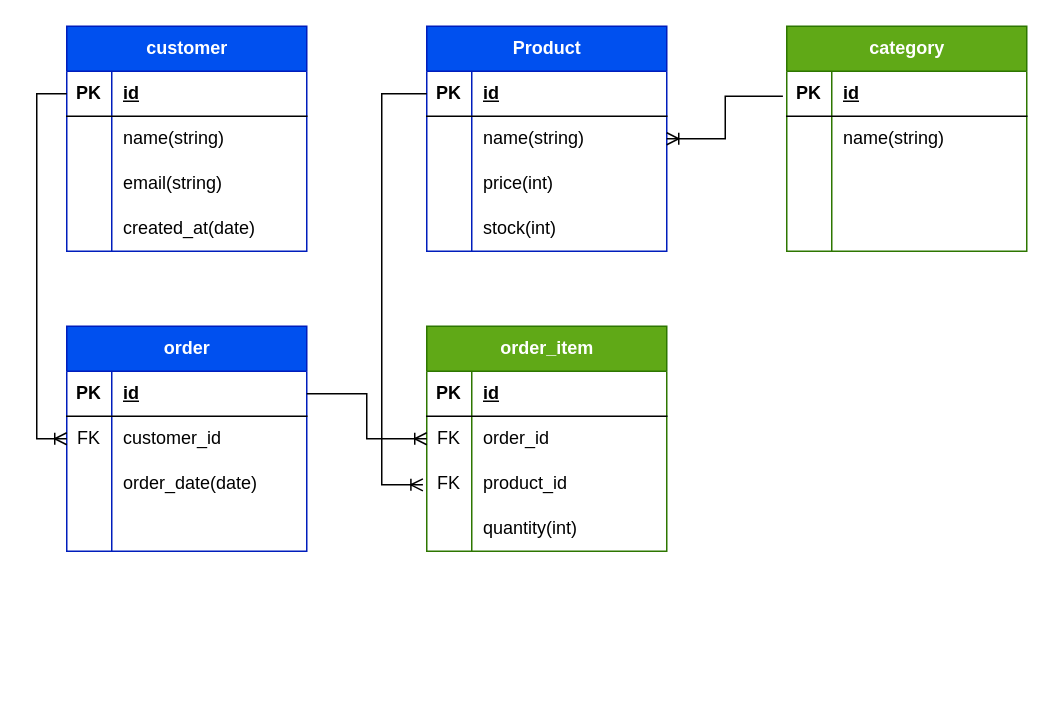
This is course 2/week6/assignment1/prisma assignment 1.drawio from ViktorOlausson/SundsgardenYH, a draw.io file, before an edit. Source tidied: cells renumbered, new cells numbered last; positions are measured from the earlier drawing's top-left corner, leaving out a move shared by most shapes. Both pictures are drawn from the tidied source at 150%, with x=0, y=0 at pixel (36, 26).
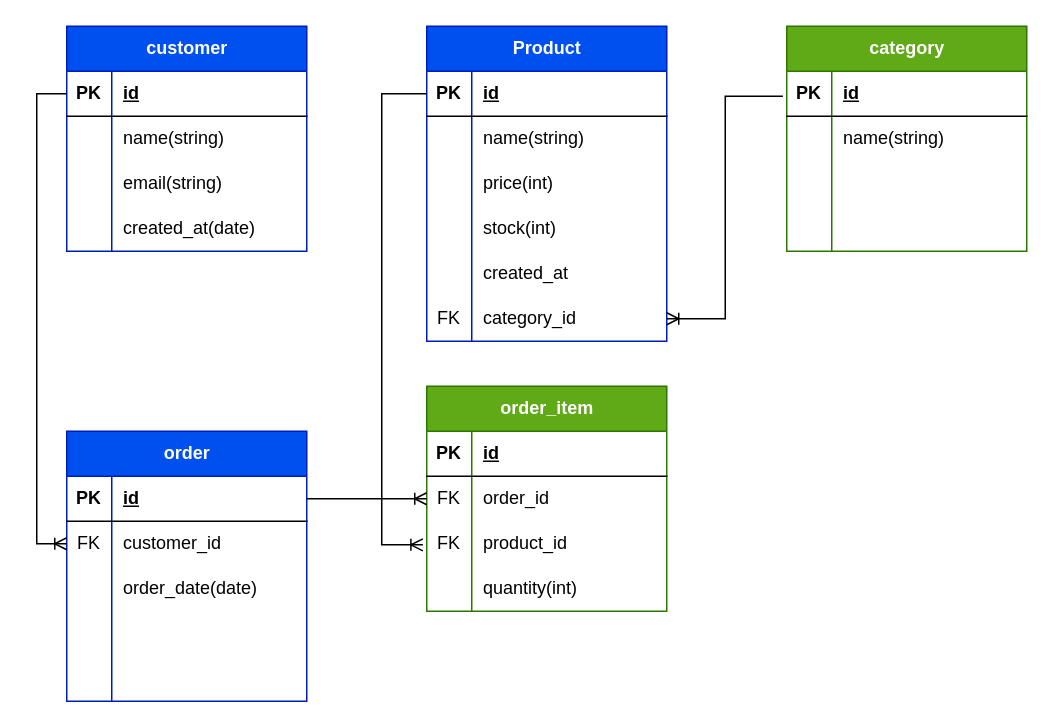
The same page after the edit.

Unchanged cells that the change refers to:
```xml
<mxCell id="29" style="shape=tableRow;horizontal=0;startSize=0;swimlaneHead=0;swimlaneBody=0;fillColor=none;points=[[0,0.5],[1,0.5]];portConstraint=eastwest;top=0;left=0;right=0;bottom=1;" parent="28" vertex="1">
  <mxGeometry y="30" width="160" height="30" as="geometry" />
</mxCell>
```

The edit, as a diff of the source:
```diff
@@
     <mxCell id="15" value="Product" style="shape=table;startSize=30;childLayout=tableLayout;rowLines=0;fontStyle=1;align=center;html=1;fillColor=#0050ef;fontColor=#ffffff;strokeColor=#001DBC;" parent="1" vertex="1">
-      <mxGeometry x="260" width="160" height="150" as="geometry" />
+      <mxGeometry x="260" width="160" height="210" as="geometry" />
     </mxCell>
@@
+    <mxCell id="71" style="shape=tableRow;horizontal=0;startSize=0;swimlaneHead=0;swimlaneBody=0;fillColor=none;top=0;left=0;right=0;bottom=0;" parent="15" vertex="1">
+      <mxGeometry y="150" width="160" height="30" as="geometry" />
+    </mxCell>
+    <mxCell id="72" style="shape=partialRectangle;fillColor=none;top=0;left=0;bottom=0;right=0;overflow=hidden;whiteSpace=wrap;html=1;" parent="71" vertex="1">
+      <mxGeometry width="30" height="30" as="geometry" />
+    </mxCell>
+    <mxCell id="73" value="created_at" style="shape=partialRectangle;fillColor=none;top=0;left=0;bottom=0;right=0;align=left;spacingLeft=6;overflow=hidden;whiteSpace=wrap;html=1;" parent="71" vertex="1">
+      <mxGeometry x="30" width="130" height="30" as="geometry" />
+    </mxCell>
+    <mxCell id="74" style="shape=tableRow;horizontal=0;startSize=0;swimlaneHead=0;swimlaneBody=0;fillColor=none;points=[[0,0.5],[1,0.5]];portConstraint=eastwest;top=0;left=0;right=0;bottom=0;" parent="15" vertex="1">
+      <mxGeometry y="180" width="160" height="30" as="geometry" />
+    </mxCell>
+    <mxCell id="75" value="FK" style="shape=partialRectangle;fillColor=none;top=0;left=0;bottom=0;right=0;overflow=hidden;whiteSpace=wrap;html=1;" parent="74" vertex="1">
+      <mxGeometry width="30" height="30" as="geometry" />
+    </mxCell>
+    <mxCell id="76" value="category_id" style="shape=partialRectangle;fillColor=none;top=0;left=0;bottom=0;right=0;align=left;spacingLeft=6;overflow=hidden;whiteSpace=wrap;html=1;" parent="74" vertex="1">
+      <mxGeometry x="30" width="130" height="30" as="geometry" />
+    </mxCell>
@@
     <mxCell id="41" value="order" style="shape=table;startSize=30;childLayout=tableLayout;rowLines=0;fontStyle=1;align=center;html=1;fillColor=#0050ef;fontColor=#ffffff;strokeColor=#001DBC;" parent="1" vertex="1">
-      <mxGeometry x="20" y="200" width="160" height="150" as="geometry" />
+      <mxGeometry x="20" y="270" width="160" height="180" as="geometry" />
     </mxCell>
@@
+    <mxCell id="77" style="shape=tableRow;horizontal=0;startSize=0;swimlaneHead=0;swimlaneBody=0;fillColor=none;top=0;left=0;right=0;bottom=0;" parent="41" vertex="1">
+      <mxGeometry y="150" width="160" height="30" as="geometry" />
+    </mxCell>
+    <mxCell id="78" style="shape=partialRectangle;fillColor=none;top=0;left=0;bottom=0;right=0;overflow=hidden;whiteSpace=wrap;html=1;" parent="77" vertex="1">
+      <mxGeometry width="30" height="30" as="geometry" />
+    </mxCell>
+    <mxCell id="79" style="shape=partialRectangle;fillColor=none;top=0;left=0;bottom=0;right=0;align=left;spacingLeft=6;overflow=hidden;whiteSpace=wrap;html=1;" parent="77" vertex="1">
+      <mxGeometry x="30" width="130" height="30" as="geometry" />
+    </mxCell>
     <mxCell id="54" value="order_item" style="shape=table;startSize=30;childLayout=tableLayout;rowLines=0;fontStyle=1;align=center;html=1;fillColor=#60a917;fontColor=#ffffff;strokeColor=#2D7600;" parent="1" vertex="1">
-      <mxGeometry x="260" y="200" width="160" height="150" as="geometry" />
+      <mxGeometry x="260" y="240" width="160" height="150" as="geometry" />
     </mxCell>
@@
-    <mxCell id="70" style="edgeStyle=elbowEdgeStyle;fontSize=12;html=1;endArrow=ERoneToMany;rounded=0;exitX=-0.016;exitY=0.556;exitDx=0;exitDy=0;exitPerimeter=0;" parent="1" edge="1" source="29" target="15">
+    <mxCell id="70" style="edgeStyle=elbowEdgeStyle;fontSize=12;html=1;endArrow=ERoneToMany;rounded=0;exitX=-0.016;exitY=0.556;exitDx=0;exitDy=0;exitPerimeter=0;entryX=1;entryY=0.5;entryDx=0;entryDy=0;" parent="1" edge="1" source="29" target="74">
       <mxGeometry relative="1" as="geometry" />
     </mxCell>
```
